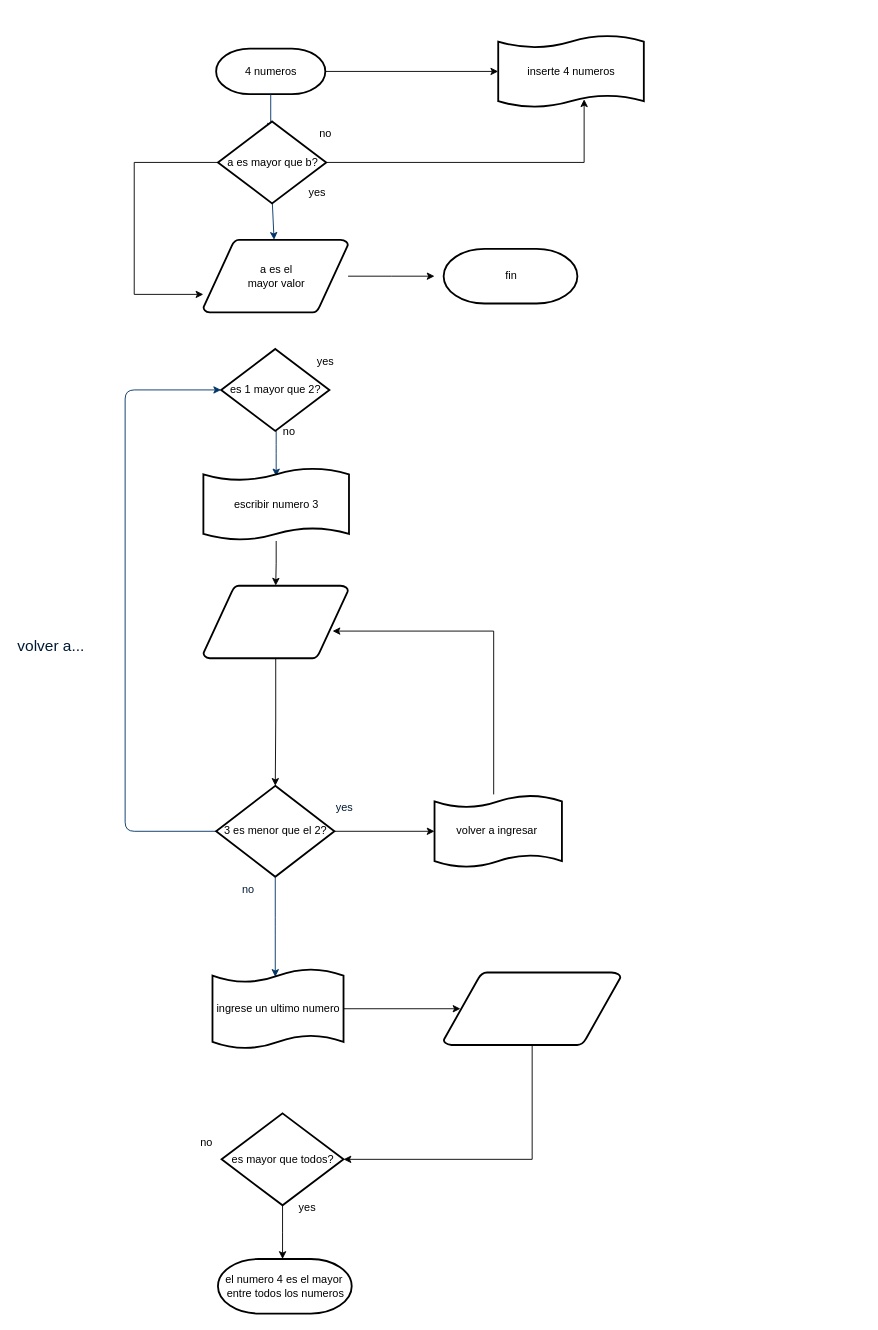
Above: Untitled Diagram.drawio in Matyplop/Matyplop.github.io (draw.io), before the change. Source tidied: cells renumbered, new cells numbered last; positions are measured from the earlier drawing's top-left corner, leaving out a move shared by most shapes. Both pictures are drawn from the tidied source at 91%, with x=0, y=0 at pixel (15, 34).
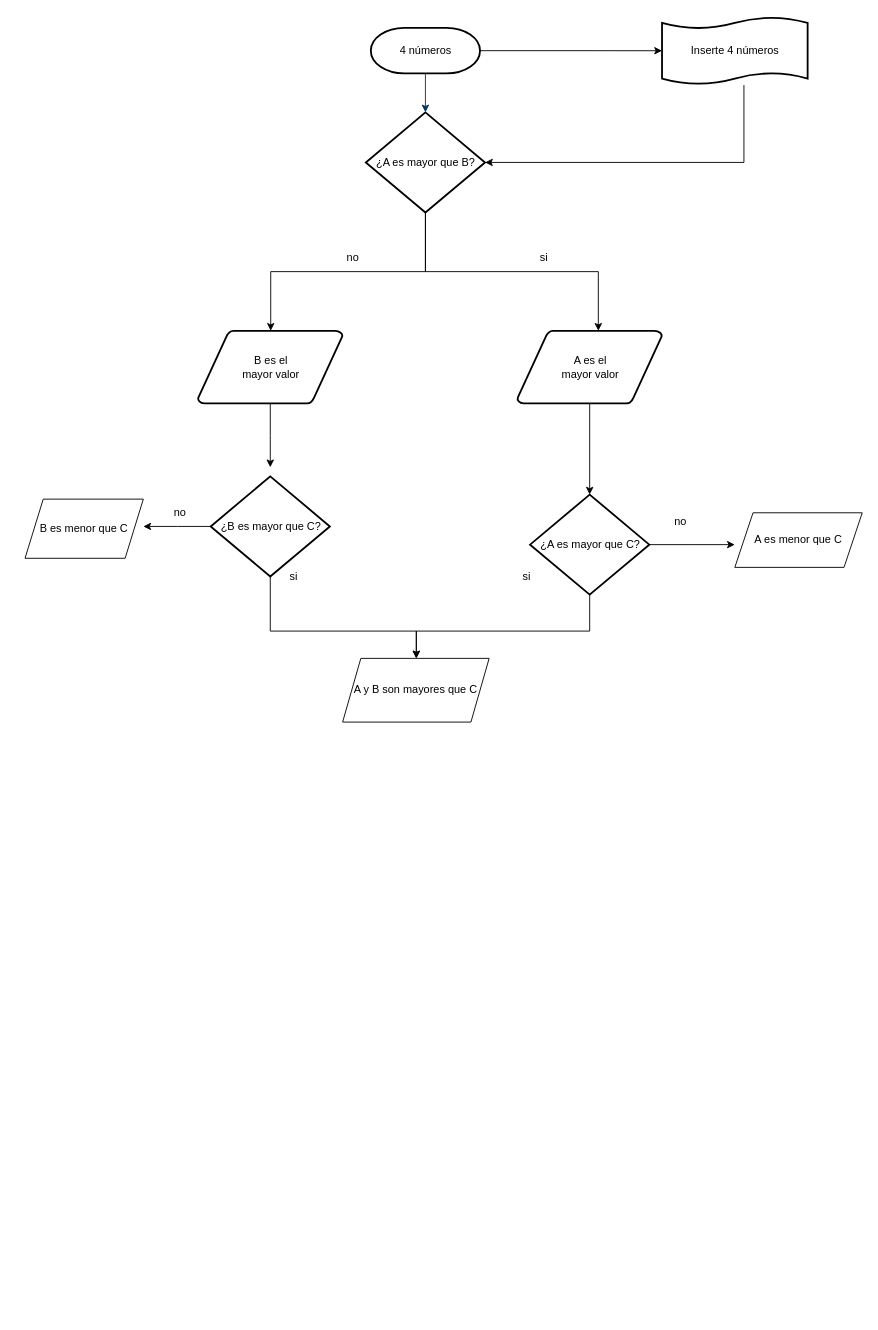
The same page after the edit.

What changed in the source:
```diff
@@
-    <mxCell id="3" value="4 numeros" style="shape=mxgraph.flowchart.terminator;strokeWidth=2;gradientColor=none;gradientDirection=north;fontStyle=0;html=1;" parent="1" vertex="1">
-      <mxGeometry x="220" y="16" width="120" height="50" as="geometry" />
+    <mxCell id="3" value="4 números" style="shape=mxgraph.flowchart.terminator;strokeWidth=2;gradientColor=none;gradientDirection=north;fontStyle=0;html=1;" parent="1" vertex="1">
+      <mxGeometry x="390" y="-6.8" width="120" height="50" as="geometry" />
     </mxCell>
-    <mxCell id="4" style="edgeStyle=orthogonalEdgeStyle;rounded=0;jettySize=auto;html=1;fontSize=17;" parent="1" edge="1" source="5">
-      <mxGeometry relative="1" as="geometry">
-        <mxPoint x="460" y="266" as="targetPoint" />
-      </mxGeometry>
-    </mxCell>
+    <mxCell id="42" style="edgeStyle=orthogonalEdgeStyle;rounded=0;jettySize=auto;html=1;" parent="1" edge="1" source="5">
+      <mxGeometry relative="1" as="geometry">
+        <mxPoint x="630.5" y="506" as="targetPoint" />
+      </mxGeometry>
+    </mxCell>
-    <mxCell id="5" value="a es el&lt;br&gt;mayor valor" style="shape=mxgraph.flowchart.data;strokeWidth=2;gradientColor=none;gradientDirection=north;fontStyle=0;html=1;" parent="1" vertex="1">
-      <mxGeometry x="206" y="226" width="159" height="80" as="geometry" />
+    <mxCell id="5" value="A es el&lt;br&gt;mayor valor" style="shape=mxgraph.flowchart.data;strokeWidth=2;gradientColor=none;gradientDirection=north;fontStyle=0;html=1;" parent="1" vertex="1">
+      <mxGeometry x="551" y="326" width="159" height="80" as="geometry" />
     </mxCell>
-    <mxCell id="6" value="es 1 mayor que 2?" style="shape=mxgraph.flowchart.decision;strokeWidth=2;gradientColor=none;gradientDirection=north;fontStyle=0;html=1;" parent="1" vertex="1">
-      <mxGeometry x="225.5" y="346" width="119" height="90" as="geometry" />
-    </mxCell>
-    <mxCell id="7" style="fontStyle=1;strokeColor=#003366;strokeWidth=1;html=1;" parent="1" edge="1" source="3">
-      <mxGeometry relative="1" as="geometry">
-        <mxPoint x="280" y="106" as="targetPoint" />
-      </mxGeometry>
+    <mxCell id="7" style="fontStyle=1;strokeColor=#003366;strokeWidth=1;html=1;entryX=0.5;entryY=0;entryDx=0;entryDy=0;entryPerimeter=0;" parent="1" edge="1" source="3" target="38">
+      <mxGeometry relative="1" as="geometry" />
     </mxCell>
-    <mxCell id="8" style="fontStyle=1;strokeColor=#003366;strokeWidth=1;html=1;" parent="1" edge="1" target="5">
-      <mxGeometry relative="1" as="geometry">
-        <mxPoint x="281.8" y="186" as="sourcePoint" />
-      </mxGeometry>
-    </mxCell>
-    <mxCell id="9" value="yes" style="text;fontStyle=0;html=1;strokeColor=none;gradientColor=none;fillColor=none;strokeWidth=2;" parent="1" vertex="1">
-      <mxGeometry x="329" y="346" width="40" height="26" as="geometry" />
-    </mxCell>
-    <mxCell id="10" style="edgeStyle=elbowEdgeStyle;elbow=horizontal;fontColor=#001933;fontStyle=1;strokeColor=#003366;strokeWidth=1;html=1;" parent="1" edge="1" source="6">
-      <mxGeometry as="geometry">
-        <mxPoint x="286" y="486" as="targetPoint" />
-      </mxGeometry>
-    </mxCell>
-    <mxCell id="11" value="no" style="text;fontStyle=0;html=1;strokeColor=none;gradientColor=none;fillColor=none;strokeWidth=2;align=center;" parent="1" vertex="1">
-      <mxGeometry x="280" y="423" width="40" height="26" as="geometry" />
-    </mxCell>
@@
-    <mxCell id="13" style="edgeStyle=elbowEdgeStyle;elbow=horizontal;exitX=0;exitY=0.5;exitPerimeter=0;entryX=0;entryY=0.5;entryPerimeter=0;fontStyle=1;strokeColor=#003366;strokeWidth=1;html=1;" parent="1" edge="1" source="15" target="6">
-      <mxGeometry as="geometry">
-        <Array as="points">
-          <mxPoint x="120" y="826" />
-        </Array>
-      </mxGeometry>
-    </mxCell>
-    <mxCell id="14" style="edgeStyle=orthogonalEdgeStyle;rounded=0;jettySize=auto;html=1;entryX=0;entryY=0.5;entryDx=0;entryDy=0;entryPerimeter=0;" parent="1" edge="1" source="15" target="24">
-      <mxGeometry relative="1" as="geometry" />
-    </mxCell>
-    <mxCell id="15" value="3 es menor que el 2?" style="shape=mxgraph.flowchart.decision;strokeWidth=2;gradientColor=none;gradientDirection=north;fontStyle=0;html=1;" parent="1" vertex="1">
-      <mxGeometry x="220" y="826" width="130" height="100" as="geometry" />
-    </mxCell>
-    <mxCell id="16" style="edgeStyle=elbowEdgeStyle;elbow=vertical;exitX=0.5;exitY=1;exitPerimeter=0;fontColor=#001933;fontStyle=1;strokeColor=#003366;strokeWidth=1;html=1;" parent="1" edge="1" source="15">
-      <mxGeometry as="geometry">
-        <mxPoint x="285" y="1036" as="targetPoint" />
-      </mxGeometry>
-    </mxCell>
-    <mxCell id="17" style="edgeStyle=orthogonalEdgeStyle;rounded=0;jettySize=auto;html=1;" parent="1" edge="1" source="18">
-      <mxGeometry relative="1" as="geometry">
-        <mxPoint x="293" y="1346" as="targetPoint" />
-      </mxGeometry>
-    </mxCell>
-    <mxCell id="18" value="es mayor que todos?" style="shape=mxgraph.flowchart.decision;strokeWidth=2;gradientColor=none;gradientDirection=north;fontStyle=0;html=1;" parent="1" vertex="1">
-      <mxGeometry x="226" y="1186" width="134" height="101" as="geometry" />
-    </mxCell>
-    <mxCell id="19" value="yes" style="text;fontColor=#001933;fontStyle=0;html=1;strokeColor=none;gradientColor=none;fillColor=none;strokeWidth=2;" parent="1" vertex="1">
-      <mxGeometry x="350" y="836" width="40" height="26" as="geometry" />
-    </mxCell>
-    <mxCell id="20" value="no" style="text;fontColor=#001933;fontStyle=0;html=1;strokeColor=none;gradientColor=none;fillColor=none;strokeWidth=2;align=center;" parent="1" vertex="1">
-      <mxGeometry x="235" y="926" width="40" height="26" as="geometry" />
-    </mxCell>
-    <mxCell id="21" value="yes" style="text;fontStyle=0;html=1;strokeColor=none;gradientColor=none;fillColor=none;strokeWidth=2;align=center;" parent="1" vertex="1">
-      <mxGeometry x="300" y="1276" width="40" height="26" as="geometry" />
-    </mxCell>
-    <mxCell id="22" value="no" style="text;fontStyle=0;html=1;strokeColor=none;gradientColor=none;fillColor=none;strokeWidth=2;" parent="1" vertex="1">
-      <mxGeometry x="200.5" y="1204" width="40" height="26" as="geometry" />
-    </mxCell>
-    <mxCell id="23" style="edgeStyle=orthogonalEdgeStyle;rounded=0;jettySize=auto;html=1;entryX=0.893;entryY=0.625;entryDx=0;entryDy=0;entryPerimeter=0;" parent="1" edge="1" source="24" target="28">
-      <mxGeometry relative="1" as="geometry">
-        <Array as="points">
-          <mxPoint x="525" y="656" />
-        </Array>
-      </mxGeometry>
-    </mxCell>
-    <mxCell id="24" value="volver a ingresar&amp;nbsp;" style="shape=mxgraph.flowchart.paper_tape;strokeWidth=2;gradientColor=none;gradientDirection=north;fontStyle=0;html=1;" parent="1" vertex="1">
-      <mxGeometry x="460" y="835.5" width="140" height="81" as="geometry" />
-    </mxCell>
-    <mxCell id="25" style="edgeStyle=orthogonalEdgeStyle;rounded=0;jettySize=auto;html=1;" parent="1" edge="1" source="26" target="28">
-      <mxGeometry relative="1" as="geometry" />
-    </mxCell>
-    <mxCell id="26" value="escribir numero 3" style="shape=mxgraph.flowchart.paper_tape;strokeWidth=2;gradientColor=none;gradientDirection=north;fontStyle=0;html=1;" parent="1" vertex="1">
-      <mxGeometry x="206" y="476" width="160" height="81" as="geometry" />
-    </mxCell>
-    <mxCell id="27" style="edgeStyle=orthogonalEdgeStyle;rounded=0;jettySize=auto;html=1;" parent="1" edge="1" source="28" target="15">
-      <mxGeometry relative="1" as="geometry" />
-    </mxCell>
-    <mxCell id="28" style="shape=mxgraph.flowchart.data;strokeWidth=2;gradientColor=none;gradientDirection=north;fontStyle=0;html=1;" parent="1" vertex="1">
-      <mxGeometry x="206" y="606" width="159" height="80" as="geometry" />
-    </mxCell>
+    <mxCell id="43" style="edgeStyle=orthogonalEdgeStyle;rounded=0;jettySize=auto;html=1;entryX=1;entryY=0.5;entryDx=0;entryDy=0;entryPerimeter=0;" parent="1" edge="1" source="29" target="38">
+      <mxGeometry relative="1" as="geometry">
+        <Array as="points">
+          <mxPoint x="800" y="141" />
+        </Array>
+      </mxGeometry>
+    </mxCell>
-    <mxCell id="29" value="inserte 4 numeros" style="shape=mxgraph.flowchart.paper_tape;strokeWidth=2;gradientColor=none;gradientDirection=north;fontStyle=0;html=1;" parent="1" vertex="1">
-      <mxGeometry x="530" y="0.5" width="160" height="81" as="geometry" />
+    <mxCell id="29" value="Inserte 4 números" style="shape=mxgraph.flowchart.paper_tape;strokeWidth=2;gradientColor=none;gradientDirection=north;fontStyle=0;html=1;" parent="1" vertex="1">
+      <mxGeometry x="710" y="-19.5" width="160" height="75.5" as="geometry" />
     </mxCell>
-    <mxCell id="30" style="edgeStyle=orthogonalEdgeStyle;rounded=0;jettySize=auto;html=1;entryX=1;entryY=0.5;entryDx=0;entryDy=0;entryPerimeter=0;" parent="1" edge="1" source="31" target="18">
-      <mxGeometry relative="1" as="geometry">
-        <Array as="points">
-          <mxPoint x="567" y="1237" />
-        </Array>
-      </mxGeometry>
-    </mxCell>
-    <mxCell id="31" style="shape=mxgraph.flowchart.data;strokeWidth=2;gradientColor=none;gradientDirection=north;fontStyle=0;html=1;" parent="1" vertex="1">
-      <mxGeometry x="470" y="1031" width="194.5" height="80" as="geometry" />
-    </mxCell>
-    <mxCell id="32" style="edgeStyle=orthogonalEdgeStyle;rounded=0;jettySize=auto;html=1;entryX=0.095;entryY=0.5;entryDx=0;entryDy=0;entryPerimeter=0;" parent="1" edge="1" source="33" target="31">
-      <mxGeometry relative="1" as="geometry" />
-    </mxCell>
-    <mxCell id="33" value="ingrese un ultimo numero" style="shape=mxgraph.flowchart.paper_tape;strokeWidth=2;gradientColor=none;gradientDirection=north;fontStyle=0;html=1;" parent="1" vertex="1">
-      <mxGeometry x="216" y="1026" width="144" height="90" as="geometry" />
-    </mxCell>
-    <mxCell id="34" value="el numero 4 es el mayor&amp;nbsp;&lt;br&gt;entre todos los numeros" style="shape=mxgraph.flowchart.terminator;strokeWidth=2;gradientColor=none;gradientDirection=north;fontStyle=0;html=1;" parent="1" vertex="1">
-      <mxGeometry x="222" y="1346" width="147" height="60" as="geometry" />
-    </mxCell>
-    <mxCell id="35" value="volver a..." style="text;fontColor=#001933;fontStyle=0;html=1;strokeColor=none;gradientColor=none;fillColor=none;strokeWidth=2;fontSize=17;" parent="1" vertex="1">
-      <mxGeometry y="656" width="90" height="60" as="geometry" />
-    </mxCell>
-    <mxCell id="36" style="edgeStyle=orthogonalEdgeStyle;rounded=0;jettySize=auto;html=1;fontSize=17;" parent="1" edge="1" source="38" target="5">
-      <mxGeometry relative="1" as="geometry">
-        <Array as="points">
-          <mxPoint x="130" y="141" />
-          <mxPoint x="130" y="286" />
-        </Array>
-      </mxGeometry>
-    </mxCell>
-    <mxCell id="37" style="edgeStyle=orthogonalEdgeStyle;rounded=0;jettySize=auto;html=1;fontSize=17;entryX=0.59;entryY=0.878;entryDx=0;entryDy=0;entryPerimeter=0;" parent="1" edge="1" source="38" target="29">
-      <mxGeometry relative="1" as="geometry" />
-    </mxCell>
+    <mxCell id="44" style="edgeStyle=orthogonalEdgeStyle;rounded=0;jettySize=auto;html=1;exitX=0.5;exitY=1;exitDx=0;exitDy=0;exitPerimeter=0;" parent="1" edge="1" source="38">
+      <mxGeometry relative="1" as="geometry">
+        <mxPoint x="280" y="326" as="targetPoint" />
+        <Array as="points">
+          <mxPoint x="450" y="261" />
+          <mxPoint x="280" y="261" />
+        </Array>
+      </mxGeometry>
+    </mxCell>
+    <mxCell id="45" style="edgeStyle=orthogonalEdgeStyle;rounded=0;jettySize=auto;html=1;" parent="1" edge="1" source="38">
+      <mxGeometry relative="1" as="geometry">
+        <mxPoint x="640" y="326" as="targetPoint" />
+        <Array as="points">
+          <mxPoint x="450" y="261" />
+          <mxPoint x="640" y="261" />
+          <mxPoint x="640" y="326" />
+        </Array>
+      </mxGeometry>
+    </mxCell>
-    <mxCell id="38" value="a es mayor que b?" style="shape=mxgraph.flowchart.decision;strokeWidth=2;gradientColor=none;gradientDirection=north;fontStyle=0;html=1;" parent="1" vertex="1">
-      <mxGeometry x="222" y="96" width="119" height="90" as="geometry" />
+    <mxCell id="38" value="¿A es mayor que B?" style="shape=mxgraph.flowchart.decision;strokeWidth=2;gradientColor=none;gradientDirection=north;fontStyle=0;html=1;" parent="1" vertex="1">
+      <mxGeometry x="384.5" y="86" width="131" height="110" as="geometry" />
     </mxCell>
-    <mxCell id="39" value="yes" style="text;fontStyle=0;html=1;strokeColor=none;gradientColor=none;fillColor=none;strokeWidth=2;" parent="1" vertex="1">
-      <mxGeometry x="320" y="160" width="40" height="26" as="geometry" />
-    </mxCell>
-    <mxCell id="40" value="no" style="text;fontStyle=0;html=1;strokeColor=none;gradientColor=none;fillColor=none;strokeWidth=2;align=center;" parent="1" vertex="1">
-      <mxGeometry x="320" y="96" width="40" height="26" as="geometry" />
-    </mxCell>
-    <mxCell id="41" value="fin" style="shape=mxgraph.flowchart.terminator;strokeWidth=2;gradientColor=none;gradientDirection=north;fontStyle=0;html=1;" parent="1" vertex="1">
-      <mxGeometry x="470" y="236" width="147" height="60" as="geometry" />
-    </mxCell>
+    <mxCell id="46" value="no" style="text;html=1;align=center;verticalAlign=middle;strokeColor=none;" parent="1" vertex="1">
+      <mxGeometry x="354.5" y="236" width="30" height="20" as="geometry" />
+    </mxCell>
+    <mxCell id="47" value="si" style="text;html=1;align=center;verticalAlign=middle;strokeColor=none;" parent="1" vertex="1">
+      <mxGeometry x="570" y="236" width="20" height="20" as="geometry" />
+    </mxCell>
+    <mxCell id="48" style="edgeStyle=orthogonalEdgeStyle;rounded=0;jettySize=auto;html=1;" parent="1" edge="1" source="49">
+      <mxGeometry relative="1" as="geometry">
+        <mxPoint x="279.5" y="476" as="targetPoint" />
+      </mxGeometry>
+    </mxCell>
+    <mxCell id="49" value="B es el&lt;br&gt;mayor valor" style="shape=mxgraph.flowchart.data;strokeWidth=2;gradientColor=none;gradientDirection=north;fontStyle=0;html=1;" parent="1" vertex="1">
+      <mxGeometry x="200" y="326" width="159" height="80" as="geometry" />
+    </mxCell>
+    <mxCell id="50" style="edgeStyle=orthogonalEdgeStyle;rounded=0;jettySize=auto;html=1;" parent="1" edge="1" source="52">
+      <mxGeometry relative="1" as="geometry">
+        <mxPoint x="440" y="686" as="targetPoint" />
+        <Array as="points">
+          <mxPoint x="631" y="656" />
+          <mxPoint x="440" y="656" />
+        </Array>
+      </mxGeometry>
+    </mxCell>
+    <mxCell id="51" style="edgeStyle=orthogonalEdgeStyle;rounded=0;jettySize=auto;html=1;exitX=1;exitY=0.5;exitDx=0;exitDy=0;exitPerimeter=0;" parent="1" edge="1" source="52">
+      <mxGeometry relative="1" as="geometry">
+        <mxPoint x="790" y="561" as="targetPoint" />
+      </mxGeometry>
+    </mxCell>
+    <mxCell id="52" value="¿A es mayor que C?" style="shape=mxgraph.flowchart.decision;strokeWidth=2;gradientColor=none;gradientDirection=north;fontStyle=0;html=1;" parent="1" vertex="1">
+      <mxGeometry x="565" y="506" width="131" height="110" as="geometry" />
+    </mxCell>
+    <mxCell id="53" style="edgeStyle=orthogonalEdgeStyle;rounded=0;jettySize=auto;html=1;" parent="1" edge="1" source="55">
+      <mxGeometry relative="1" as="geometry">
+        <mxPoint x="440" y="686" as="targetPoint" />
+        <Array as="points">
+          <mxPoint x="280" y="656" />
+          <mxPoint x="440" y="656" />
+        </Array>
+      </mxGeometry>
+    </mxCell>
+    <mxCell id="54" style="edgeStyle=orthogonalEdgeStyle;rounded=0;jettySize=auto;html=1;" parent="1" edge="1" source="55">
+      <mxGeometry relative="1" as="geometry">
+        <mxPoint x="140" y="541" as="targetPoint" />
+      </mxGeometry>
+    </mxCell>
+    <mxCell id="55" value="¿B es mayor que C?" style="shape=mxgraph.flowchart.decision;strokeWidth=2;gradientColor=none;gradientDirection=north;fontStyle=0;html=1;" parent="1" vertex="1">
+      <mxGeometry x="214" y="486" width="131" height="110" as="geometry" />
+    </mxCell>
+    <mxCell id="56" value="si" style="text;html=1;align=center;verticalAlign=middle;strokeColor=none;" parent="1" vertex="1">
+      <mxGeometry x="551" y="586" width="20" height="20" as="geometry" />
+    </mxCell>
+    <mxCell id="57" value="si" style="text;html=1;align=center;verticalAlign=middle;strokeColor=none;" parent="1" vertex="1">
+      <mxGeometry x="295" y="586" width="20" height="20" as="geometry" />
+    </mxCell>
+    <mxCell id="58" value="A y B son mayores que C" style="shape=parallelogram;perimeter=parallelogramPerimeter;whiteSpace=wrap;html=1;fixedSize=1;" parent="1" vertex="1">
+      <mxGeometry x="359" y="686" width="161" height="70" as="geometry" />
+    </mxCell>
+    <mxCell id="59" value="A es menor que C" style="shape=parallelogram;perimeter=parallelogramPerimeter;whiteSpace=wrap;html=1;fixedSize=1;" parent="1" vertex="1">
+      <mxGeometry x="790" y="526" width="140" height="60" as="geometry" />
+    </mxCell>
+    <mxCell id="60" value="B es menor que C" style="shape=parallelogram;perimeter=parallelogramPerimeter;whiteSpace=wrap;html=1;fixedSize=1;" parent="1" vertex="1">
+      <mxGeometry x="10" y="511" width="130" height="65" as="geometry" />
+    </mxCell>
+    <mxCell id="61" value="no" style="text;html=1;align=center;verticalAlign=middle;strokeColor=none;" parent="1" vertex="1">
+      <mxGeometry x="165" y="516" width="30" height="20" as="geometry" />
+    </mxCell>
+    <mxCell id="62" value="no" style="text;html=1;align=center;verticalAlign=middle;strokeColor=none;" parent="1" vertex="1">
+      <mxGeometry x="715" y="526" width="30" height="20" as="geometry" />
+    </mxCell>
```
